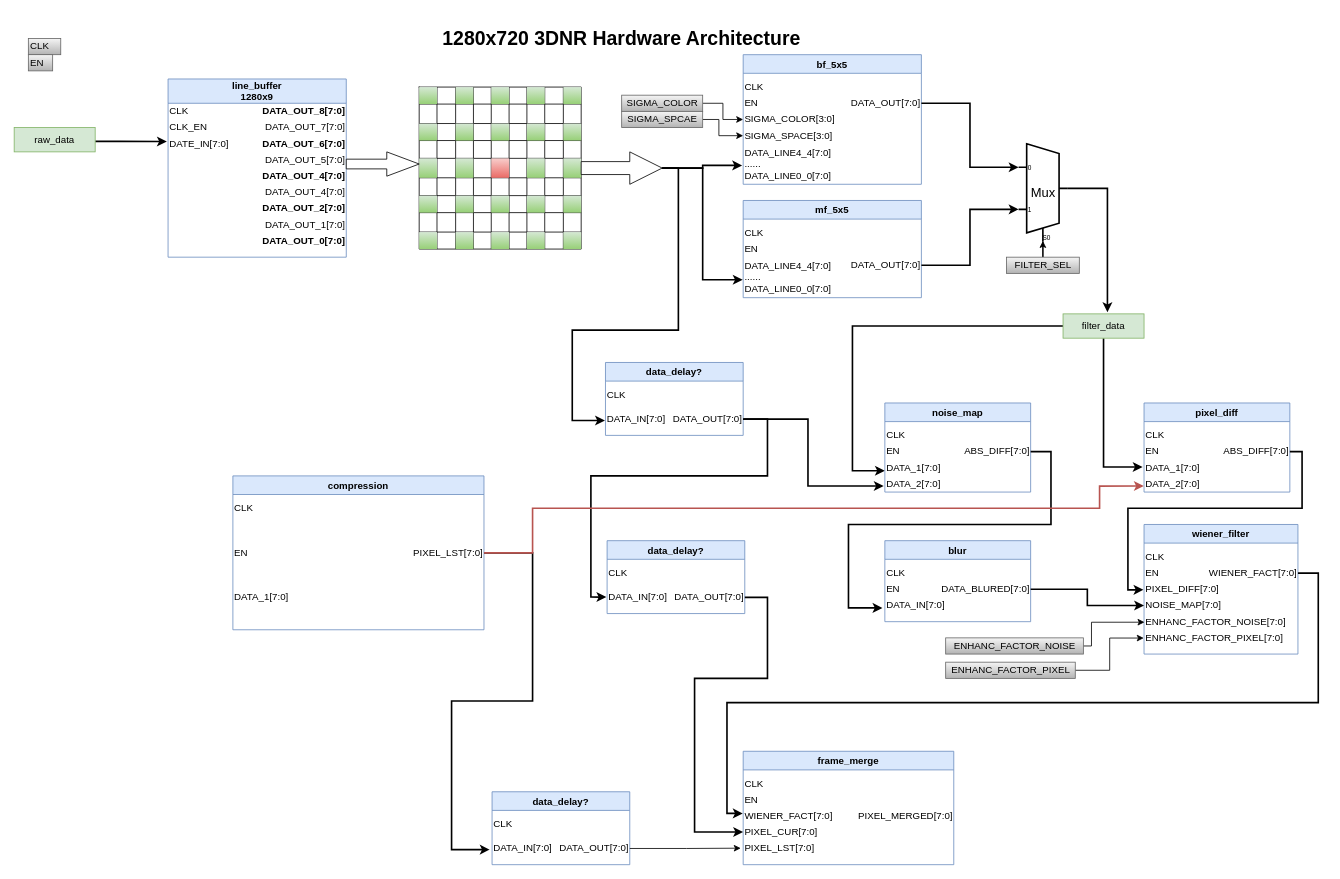
Earlier version of the draw.io diagram page "ModulePartation" (2 of 2) of 3DNR/3DNR_hardware.drawio (sustcsugar/draw.io). Source tidied: cells renumbered, new cells numbered last; positions are measured from the earlier drawing's top-left corner, leaving out a move shared by most shapes. Both pictures are drawn from the tidied source at 81%, with x=0, y=0 at pixel (14, 22).
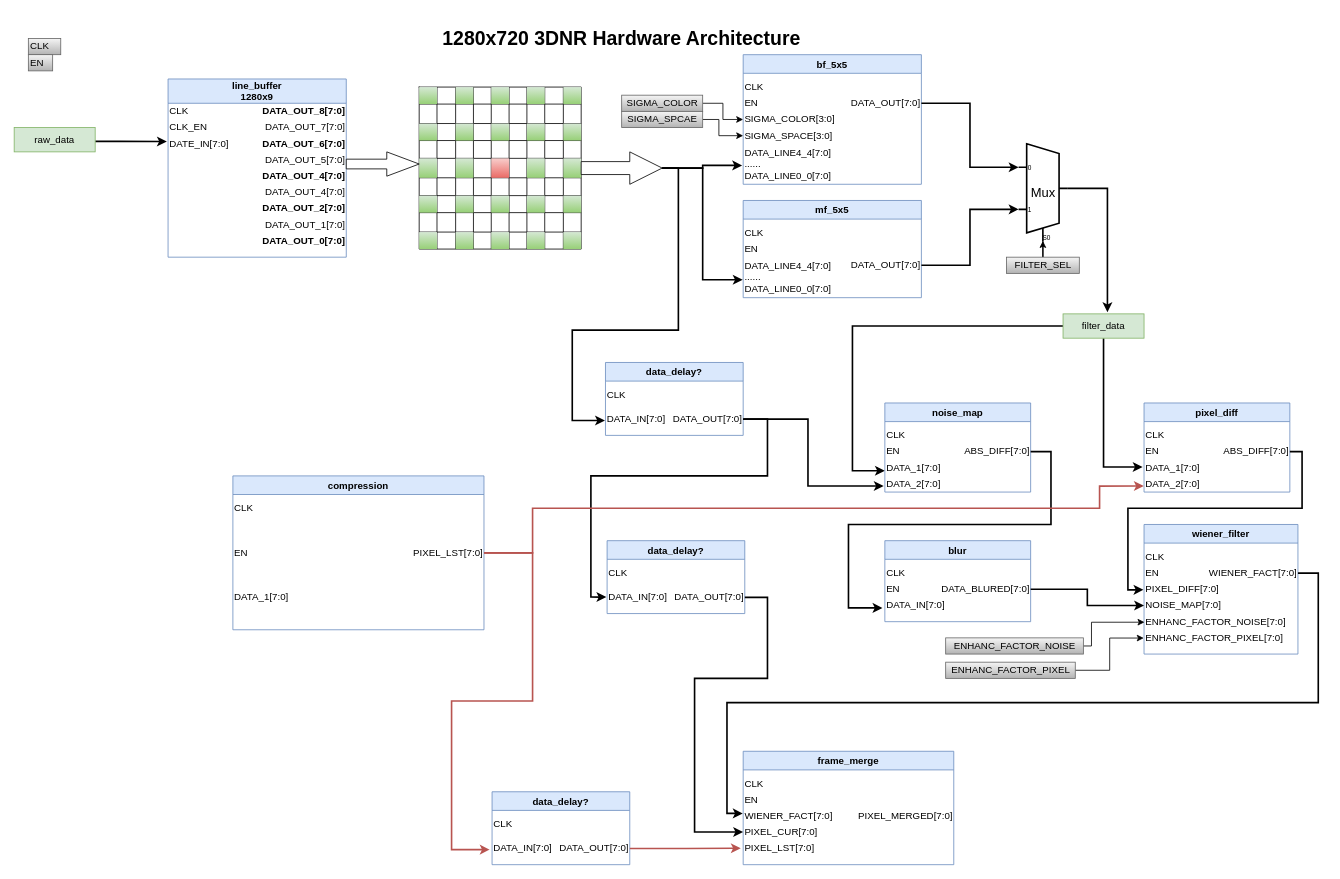
After the change.

The change refers to these unchanged cells:
```xml
<mxCell id="182" value="PIXEL_LST[7:0]" style="text;html=1;align=right;verticalAlign=middle;points=[];strokeColor=none;fillColor=none;" parent="178" vertex="1">
  <mxGeometry x="210" y="85" width="100" height="20" as="geometry" />
</mxCell>
<mxCell id="188" value="PIXEL_LST[7:0]" style="text;html=1;align=left;verticalAlign=middle;points=[];strokeColor=none;fillColor=none;" parent="183" vertex="1">
  <mxGeometry y="110" width="100" height="20" as="geometry" />
</mxCell>
<mxCell id="196" value="DATA_IN[7:0]" style="text;html=1;align=left;verticalAlign=middle;points=[];strokeColor=none;fillColor=none;" parent="195" vertex="1">
  <mxGeometry y="60" width="90" height="20" as="geometry" />
</mxCell>
<mxCell id="197" value="DATA_OUT[7:0]" style="text;html=1;align=right;verticalAlign=middle;points=[];strokeColor=none;fillColor=none;" parent="195" vertex="1">
  <mxGeometry x="70" y="60" width="100" height="20" as="geometry" />
</mxCell>
```

What changed in the source:
```diff
@@
-    <mxCell id="201" style="edgeStyle=orthogonalEdgeStyle;rounded=0;jettySize=auto;html=1;entryX=-0.033;entryY=0.571;entryDx=0;entryDy=0;entryPerimeter=0;strokeWidth=2;" parent="1" edge="1" source="182" target="196">
+    <mxCell id="201" style="edgeStyle=orthogonalEdgeStyle;rounded=0;jettySize=auto;html=1;entryX=-0.033;entryY=0.571;entryDx=0;entryDy=0;entryPerimeter=0;strokeWidth=2;strokeColor=#b85450;fillColor=#f8cecc;" parent="1" edge="1" source="182" target="196">
       <mxGeometry relative="1" as="geometry">
         <Array as="points">
           <mxPoint x="640" y="655" />
           <mxPoint x="640" y="838" />
           <mxPoint x="540" y="838" />
           <mxPoint x="540" y="1021" />
         </Array>
       </mxGeometry>
     </mxCell>
-    <mxCell id="202" style="edgeStyle=orthogonalEdgeStyle;rounded=0;jettySize=auto;html=1;entryX=-0.03;entryY=0.482;entryDx=0;entryDy=0;entryPerimeter=0;" parent="1" edge="1" source="197" target="188">
+    <mxCell id="202" style="edgeStyle=orthogonalEdgeStyle;rounded=0;jettySize=auto;html=1;entryX=-0.03;entryY=0.482;entryDx=0;entryDy=0;entryPerimeter=0;strokeColor=#b85450;strokeWidth=2;fillColor=#f8cecc;" parent="1" edge="1" source="197" target="188">
       <mxGeometry relative="1" as="geometry" />
     </mxCell>
```
